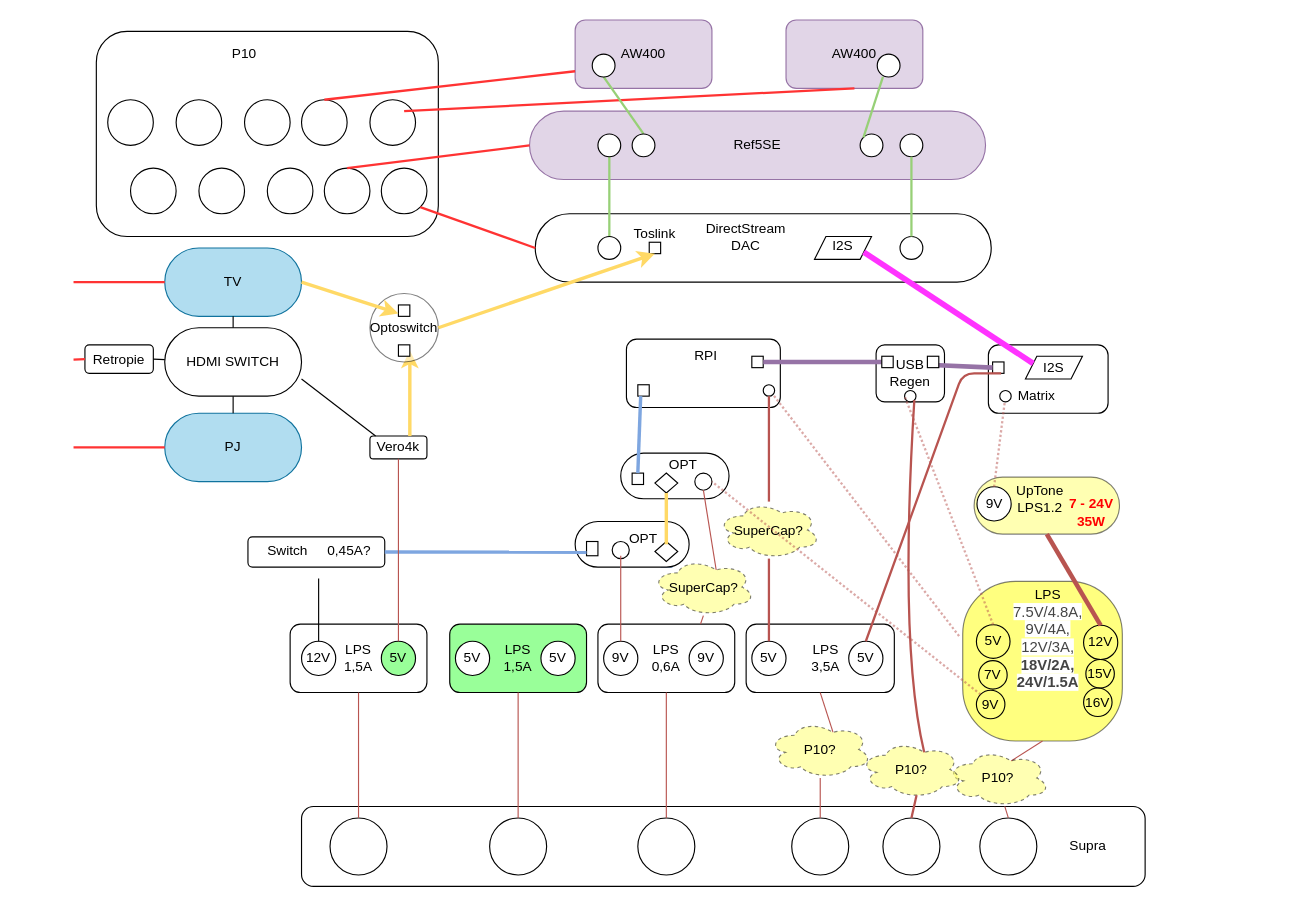
Before: Audio2020.drawio in maniac0r/audio, a draw.io diagram. Source tidied: cells renumbered, new cells numbered last; positions are measured from the earlier drawing's top-left corner, leaving out a move shared by most shapes. Both pictures are drawn from the tidied source at 114%, with x=0, y=0 at pixel (73, 19).
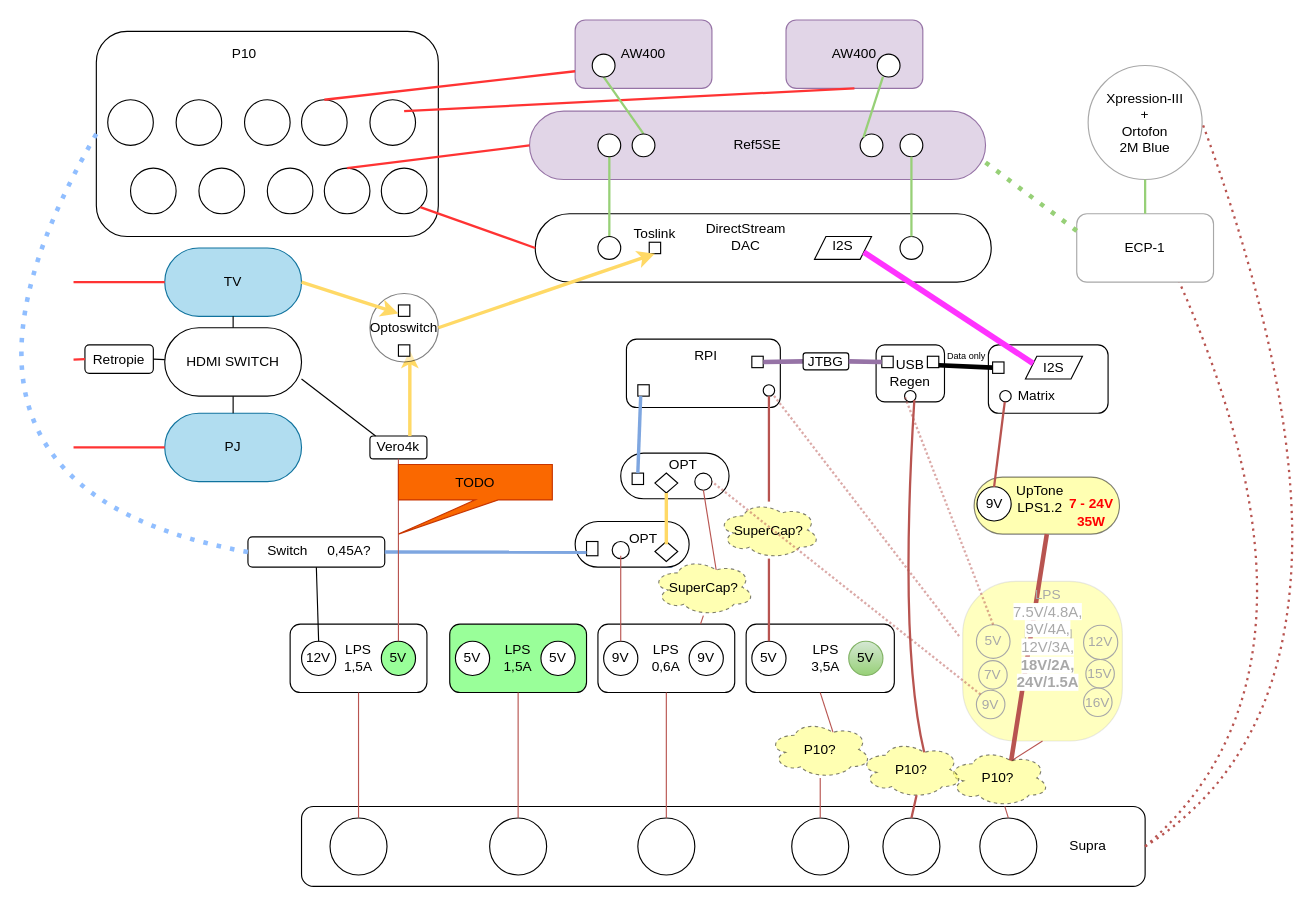
The same diagram, later.

The change refers to these unchanged cells:
```xml
<mxCell id="11" style="rounded=1;whiteSpace=wrap;html=1;" parent="1" vertex="1">
  <mxGeometry x="153" y="453.5" width="120" height="26.5" as="geometry" />
</mxCell>
<mxCell id="15" value="12V" style="ellipse;whiteSpace=wrap;html=1;" parent="1" vertex="1">
  <mxGeometry x="200" y="545" width="30" height="30" as="geometry" />
</mxCell>
<mxCell id="30" style="rounded=1;whiteSpace=wrap;html=1;" parent="1" vertex="1">
  <mxGeometry x="200" y="690" width="740" height="70" as="geometry" />
</mxCell>
<mxCell id="62" style="rounded=0;whiteSpace=wrap;html=1;" parent="1" vertex="1">
  <mxGeometry x="806.2" y="300" width="10" height="10" as="geometry" />
</mxCell>
<mxCell id="63" style="rounded=0;whiteSpace=wrap;html=1;" parent="1" vertex="1">
  <mxGeometry x="595" y="295" width="10" height="10" as="geometry" />
</mxCell>
<mxCell id="67" style="rounded=1;whiteSpace=wrap;html=1;arcSize=50;fillColor=#FFFF66;opacity=50;" parent="1" vertex="1">
  <mxGeometry x="790" y="401" width="127.5" height="50" as="geometry" />
</mxCell>
<mxCell id="70" value="9V" style="ellipse;whiteSpace=wrap;html=1;" parent="1" vertex="1">
  <mxGeometry x="792.5" y="409.5" width="30" height="30" as="geometry" />
</mxCell>
<mxCell id="78" style="ellipse;whiteSpace=wrap;html=1;" parent="1" vertex="1">
  <mxGeometry x="812.5" y="325" width="10" height="10" as="geometry" />
</mxCell>
<mxCell id="85" style="rounded=1;whiteSpace=wrap;html=1;" parent="1" vertex="1">
  <mxGeometry x="20" y="10" width="300" height="180" as="geometry" />
</mxCell>
<mxCell id="100" value="Ref5SE" style="rounded=1;whiteSpace=wrap;html=1;arcSize=50;fillColor=#e1d5e7;strokeColor=#9673a6;" parent="1" vertex="1">
  <mxGeometry x="400" y="80" width="400" height="60" as="geometry" />
</mxCell>
<mxCell id="130" style="rounded=0;whiteSpace=wrap;html=1;" parent="1" vertex="1">
  <mxGeometry x="749" y="295" width="10" height="10" as="geometry" />
</mxCell>
<mxCell id="131" style="rounded=0;whiteSpace=wrap;html=1;" parent="1" vertex="1">
  <mxGeometry x="709" y="295" width="10" height="10" as="geometry" />
</mxCell>
<mxCell id="150" value="P10?" style="ellipse;shape=cloud;whiteSpace=wrap;html=1;fillColor=#FFFF66;dashed=1;opacity=50;" parent="1" vertex="1">
  <mxGeometry x="766.2" y="640" width="90" height="50" as="geometry" />
</mxCell>
```

Diff of the diagram source:
```diff
@@
-    <mxCell id="8" style="rounded=1;whiteSpace=wrap;html=1;opacity=50;fillColor=#FFFF00;arcSize=33;" parent="1" vertex="1">
+    <mxCell id="8" style="rounded=1;whiteSpace=wrap;html=1;opacity=50;fillColor=#FFFF00;arcSize=33;fillOpacity=50;strokeOpacity=50;textOpacity=50;strokeColor=#A8A8A8;fontColor=#A8A8A8;" parent="1" vertex="1">
       <mxGeometry x="780" y="492.5" width="140" height="140" as="geometry" />
     </mxCell>
-    <mxCell id="9" value="7V" style="ellipse;whiteSpace=wrap;html=1;fillColor=none;" parent="1" vertex="1">
+    <mxCell id="9" value="7V" style="ellipse;whiteSpace=wrap;html=1;fillColor=none;fillOpacity=50;strokeColor=#A8A8A8;fontColor=#A8A8A8;" parent="1" vertex="1">
       <mxGeometry x="794" y="562" width="25" height="25" as="geometry" />
     </mxCell>
-    <mxCell id="10" value="15V" style="ellipse;whiteSpace=wrap;html=1;fillColor=none;" parent="1" vertex="1">
+    <mxCell id="10" value="15V" style="ellipse;whiteSpace=wrap;html=1;fillColor=none;fillOpacity=50;strokeColor=#A8A8A8;fontColor=#A8A8A8;" parent="1" vertex="1">
       <mxGeometry x="888" y="561" width="25" height="25" as="geometry" />
     </mxCell>
@@
-    <mxCell id="17" style="endArrow=none;html=1;exitX=0.5;exitY=0;exitDx=0;exitDy=0;" parent="1" edge="1" source="15">
-      <mxGeometry relative="1" as="geometry">
-        <mxPoint x="215" y="490" as="targetPoint" />
-      </mxGeometry>
+    <mxCell id="17" style="endArrow=none;html=1;exitX=0.5;exitY=0;exitDx=0;exitDy=0;entryX=0.5;entryY=1;entryDx=0;entryDy=0;" parent="1" edge="1" source="15" target="11">
+      <mxGeometry relative="1" as="geometry" />
     </mxCell>
@@
-    <mxCell id="29" value="5V" style="ellipse;whiteSpace=wrap;html=1;" parent="1" vertex="1">
+    <mxCell id="29" value="5V" style="ellipse;whiteSpace=wrap;html=1;fillColor=#d5e8d4;strokeColor=#82b366;gradientColor=#97d077;" parent="1" vertex="1">
       <mxGeometry x="680" y="545" width="30" height="30" as="geometry" />
     </mxCell>
@@
-    <mxCell id="64" style="endArrow=none;html=1;strokeColor=#9673a6;entryX=0;entryY=0.5;entryDx=0;entryDy=0;fillColor=#e1d5e7;exitX=0;exitY=0.75;exitDx=0;exitDy=0;strokeWidth=4;" parent="1" edge="1" source="130" target="62">
+    <mxCell id="64" style="endArrow=none;html=1;entryX=0;entryY=0.5;entryDx=0;entryDy=0;fillColor=#e1d5e7;exitX=0;exitY=0.75;exitDx=0;exitDy=0;strokeWidth=4;" parent="1" edge="1" source="130" target="62">
       <mxGeometry relative="1" as="geometry" />
     </mxCell>
+    <mxCell id="157" value="&lt;font color=&quot;#000000&quot; style=&quot;font-size: 8px;&quot;&gt;Data only&lt;/font&gt;" style="edgeLabel;html=1;align=center;verticalAlign=middle;fontColor=#A8A8A8;fontSize=8;" parent="64" vertex="1">
+      <mxGeometry x="0.4" y="-3" relative="1" as="geometry">
+        <mxPoint x="-6.8" y="-13.2" as="offset" />
+      </mxGeometry>
+    </mxCell>
@@
-    <mxCell id="66" value="12V" style="ellipse;whiteSpace=wrap;html=1;fillColor=none;" parent="1" vertex="1">
+    <mxCell id="66" value="12V" style="ellipse;whiteSpace=wrap;html=1;fillColor=none;fillOpacity=50;strokeColor=#A8A8A8;fontColor=#A8A8A8;" parent="1" vertex="1">
       <mxGeometry x="886" y="531" width="30" height="30" as="geometry" />
     </mxCell>
@@
-    <mxCell id="69" style="endArrow=none;html=1;fillColor=#f8cecc;strokeColor=#B85450;exitX=0.5;exitY=0;exitDx=0;exitDy=0;entryX=0.5;entryY=1;entryDx=0;entryDy=0;strokeWidth=4;" parent="1" edge="1" source="66" target="67">
+    <mxCell id="69" style="endArrow=none;html=1;fillColor=#f8cecc;strokeColor=#B85450;exitX=0.625;exitY=0.2;exitDx=0;exitDy=0;entryX=0.5;entryY=1;entryDx=0;entryDy=0;strokeWidth=4;exitPerimeter=0;" parent="1" edge="1" source="150" target="67">
       <mxGeometry relative="1" as="geometry" />
     </mxCell>
@@
-    <mxCell id="71" value="LPS&lt;br&gt;&lt;span style=&quot;color: rgb(68 , 68 , 68) ; font-family: &amp;#34;helvetica&amp;#34; , &amp;#34;arial&amp;#34; , sans-serif ; font-size: 13px ; text-align: left ; background-color: rgb(255 , 255 , 255)&quot;&gt;7.5V/4.8A, 9V/4A, 12V/3A, &lt;b&gt;18V/2A, 24V/1.5A&lt;/b&gt;&lt;/span&gt;" style="text;html=1;strokeColor=none;fillColor=none;align=center;verticalAlign=middle;whiteSpace=wrap;rounded=0;" parent="1" vertex="1">
+    <mxCell id="71" value="LPS&lt;br&gt;&lt;span style=&quot;font-family: helvetica, arial, sans-serif; font-size: 13px; text-align: left; background-color: rgb(255, 255, 255);&quot;&gt;7.5V/4.8A, 9V/4A, 12V/3A, &lt;b&gt;18V/2A, 24V/1.5A&lt;/b&gt;&lt;/span&gt;" style="text;html=1;fillColor=none;align=center;verticalAlign=middle;whiteSpace=wrap;rounded=0;fillOpacity=50;strokeColor=#A8A8A8;fontColor=#A8A8A8;" parent="1" vertex="1">
       <mxGeometry x="835" y="535" width="40" height="15" as="geometry" />
     </mxCell>
-    <mxCell id="72" value="16V" style="ellipse;whiteSpace=wrap;html=1;fillColor=none;" parent="1" vertex="1">
+    <mxCell id="72" value="16V" style="ellipse;whiteSpace=wrap;html=1;fillColor=none;fillOpacity=50;strokeColor=#A8A8A8;fontColor=#A8A8A8;" parent="1" vertex="1">
       <mxGeometry x="886" y="586" width="25" height="25" as="geometry" />
     </mxCell>
-    <mxCell id="73" value="5V" style="ellipse;whiteSpace=wrap;html=1;fillColor=none;" parent="1" vertex="1">
+    <mxCell id="73" value="5V" style="ellipse;whiteSpace=wrap;html=1;fillColor=none;fillOpacity=50;strokeColor=#A8A8A8;fontColor=#A8A8A8;" parent="1" vertex="1">
       <mxGeometry x="792" y="530.5" width="29.5" height="29.5" as="geometry" />
     </mxCell>
-    <mxCell id="74" value="9V" style="ellipse;whiteSpace=wrap;html=1;fillColor=none;" parent="1" vertex="1">
+    <mxCell id="74" value="9V" style="ellipse;whiteSpace=wrap;html=1;fillColor=none;fillOpacity=50;strokeColor=#A8A8A8;fontColor=#A8A8A8;" parent="1" vertex="1">
       <mxGeometry x="792" y="588" width="25" height="25" as="geometry" />
     </mxCell>
@@
-    <mxCell id="79" style="endArrow=none;html=1;fillColor=#f8cecc;strokeColor=#B85450;exitX=0.5;exitY=0;exitDx=0;exitDy=0;strokeWidth=2;dashed=1;dashPattern=1 1;opacity=50;" parent="1" edge="1" source="70" target="78">
+    <mxCell id="79" style="endArrow=none;html=1;fillColor=#f8cecc;strokeColor=#B85450;exitX=0.5;exitY=0;exitDx=0;exitDy=0;strokeWidth=2;" parent="1" edge="1" source="70" target="78">
       <mxGeometry relative="1" as="geometry" />
     </mxCell>
@@
-    <mxCell id="126" style="endArrow=none;html=1;fillColor=#f8cecc;strokeColor=#B85450;strokeWidth=2;exitX=0.5;exitY=0;exitDx=0;exitDy=0;entryX=0.75;entryY=1;entryDx=0;entryDy=0;" parent="1" edge="1" source="29" target="62">
-      <mxGeometry relative="1" as="geometry">
-        <Array as="points">
-          <mxPoint x="780" y="310" />
-        </Array>
-      </mxGeometry>
-    </mxCell>
-    <mxCell id="127" style="endArrow=none;html=1;strokeColor=#9673a6;fillColor=#e1d5e7;exitX=0;exitY=0.5;exitDx=0;exitDy=0;strokeWidth=4;entryX=1;entryY=0.5;entryDx=0;entryDy=0;" parent="1" edge="1" source="131" target="63">
+    <mxCell id="127" style="endArrow=none;html=1;strokeColor=#9673a6;fillColor=#e1d5e7;exitX=0;exitY=0.5;exitDx=0;exitDy=0;strokeWidth=4;entryX=1;entryY=0.5;entryDx=0;entryDy=0;" parent="1" edge="1" source="158" target="63">
       <mxGeometry relative="1" as="geometry" />
     </mxCell>
@@
+    <mxCell id="158" value="JTBG" style="rounded=1;whiteSpace=wrap;html=1;" parent="1" vertex="1">
+      <mxGeometry x="640" y="292" width="40" height="15" as="geometry" />
+    </mxCell>
+    <mxCell id="159" style="endArrow=none;html=1;strokeColor=#9673a6;fillColor=#e1d5e7;exitX=0;exitY=0.5;exitDx=0;exitDy=0;strokeWidth=4;entryX=1;entryY=0.5;entryDx=0;entryDy=0;" parent="1" edge="1" source="131" target="158">
+      <mxGeometry relative="1" as="geometry" />
+    </mxCell>
+    <mxCell id="160" value="&lt;font color=&quot;#000000&quot;&gt;TODO&lt;/font&gt;" style="shape=callout;whiteSpace=wrap;html=1;perimeter=calloutPerimeter;strokeColor=#C73500;position2=0;fillColor=#fa6800;fontColor=#ffffff;" parent="1" vertex="1">
+      <mxGeometry x="285" y="390" width="135" height="61" as="geometry" />
+    </mxCell>
+    <mxCell id="161" value="&lt;font color=&quot;#000000&quot;&gt;ECP-1&lt;/font&gt;" style="rounded=1;whiteSpace=wrap;html=1;strokeColor=#A8A8A8;fontColor=#A8A8A8;" parent="1" vertex="1">
+      <mxGeometry x="880" y="170" width="120" height="60" as="geometry" />
+    </mxCell>
+    <mxCell id="162" style="endArrow=none;html=1;fillColor=#f8cecc;strokeColor=#B85450;exitX=1;exitY=0.5;exitDx=0;exitDy=0;curved=1;entryX=0.75;entryY=1;entryDx=0;entryDy=0;strokeWidth=2;dashed=1;dashPattern=1 2;" parent="1" edge="1" source="30" target="161">
+      <mxGeometry relative="1" as="geometry">
+        <Array as="points">
+          <mxPoint x="1120" y="570" />
+        </Array>
+      </mxGeometry>
+    </mxCell>
+    <mxCell id="163" style="endArrow=none;html=1;strokeWidth=4;entryX=1;entryY=0.75;entryDx=0;entryDy=0;exitX=0;exitY=0.25;exitDx=0;exitDy=0;strokeColor=#97D077;dashed=1;dashPattern=1 2;" parent="1" edge="1" source="161" target="100">
+      <mxGeometry relative="1" as="geometry" />
+    </mxCell>
+    <mxCell id="164" style="endArrow=none;html=1;fillColor=#dae8fc;exitX=0;exitY=0.5;exitDx=0;exitDy=0;curved=1;entryX=0;entryY=0.5;entryDx=0;entryDy=0;strokeWidth=4;dashed=1;dashPattern=1 2;strokeColor=#90BEFF;" parent="1" edge="1" source="11" target="85">
+      <mxGeometry relative="1" as="geometry">
+        <Array as="points">
+          <mxPoint x="-160" y="410" />
+        </Array>
+      </mxGeometry>
+    </mxCell>
+    <mxCell id="165" value="&lt;font color=&quot;#000000&quot;&gt;Xpression-III&lt;br&gt;+&lt;br&gt;Ortofon&lt;br&gt;2M Blue&lt;br&gt;&lt;/font&gt;" style="ellipse;whiteSpace=wrap;html=1;strokeColor=#A8A8A8;fontColor=#A8A8A8;" parent="1" vertex="1">
+      <mxGeometry x="890" y="40" width="100" height="100" as="geometry" />
+    </mxCell>
+    <mxCell id="166" style="endArrow=none;html=1;fillColor=#f8cecc;strokeColor=#B85450;exitX=1;exitY=0.5;exitDx=0;exitDy=0;curved=1;entryX=1;entryY=0.5;entryDx=0;entryDy=0;strokeWidth=2;dashed=1;dashPattern=1 2;" parent="1" edge="1" source="30" target="165">
+      <mxGeometry relative="1" as="geometry">
+        <Array as="points">
+          <mxPoint x="1170" y="580" />
+        </Array>
+      </mxGeometry>
+    </mxCell>
+    <mxCell id="167" style="endArrow=none;html=1;strokeWidth=2;entryX=0.5;entryY=1;entryDx=0;entryDy=0;exitX=0.5;exitY=0;exitDx=0;exitDy=0;strokeColor=#97D077;" parent="1" edge="1" source="161" target="165">
+      <mxGeometry relative="1" as="geometry" />
+    </mxCell>
```
